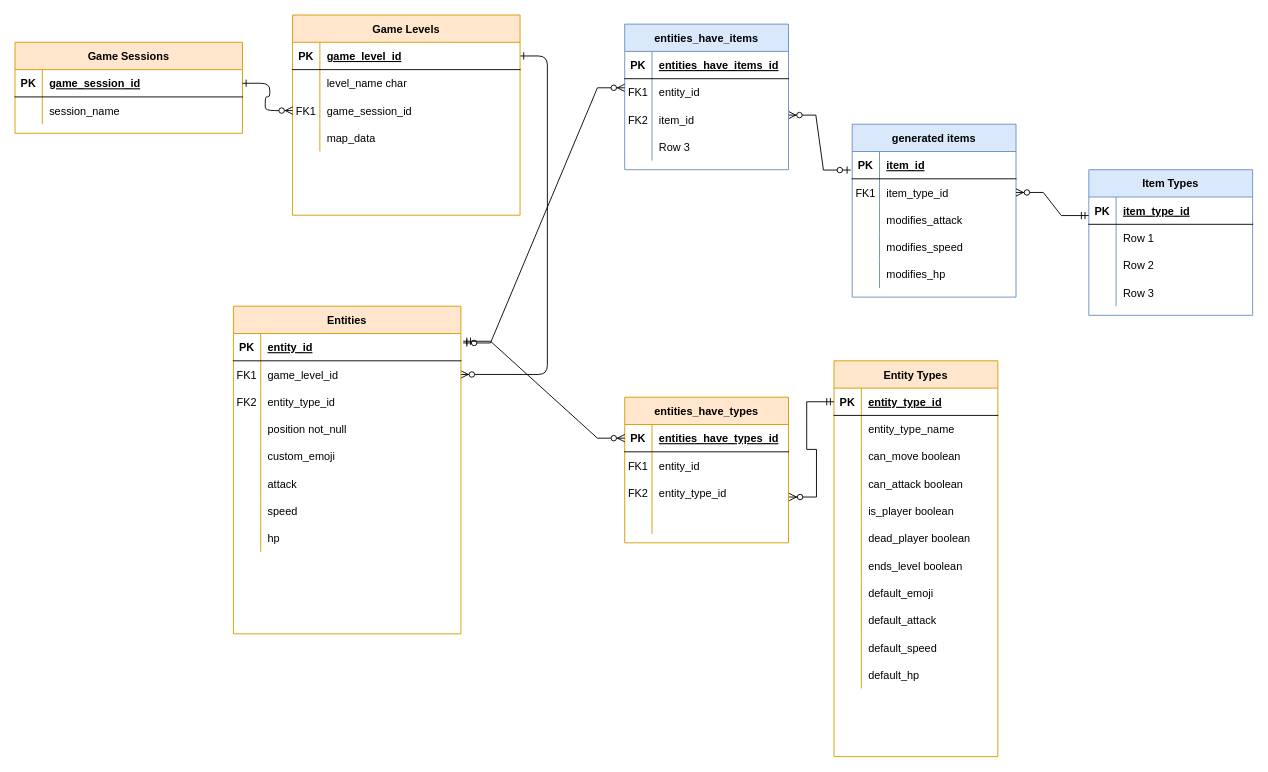
Before: ERD.drawio in circuitsunfish/phase-3-rogue-planning-documents, a draw.io diagram. Source tidied: cells renumbered, new cells numbered last; positions are measured from the earlier drawing's top-left corner, leaving out a move shared by most shapes. Both pictures are drawn from the tidied source at 91%, with x=0, y=0 at pixel (15, 15).
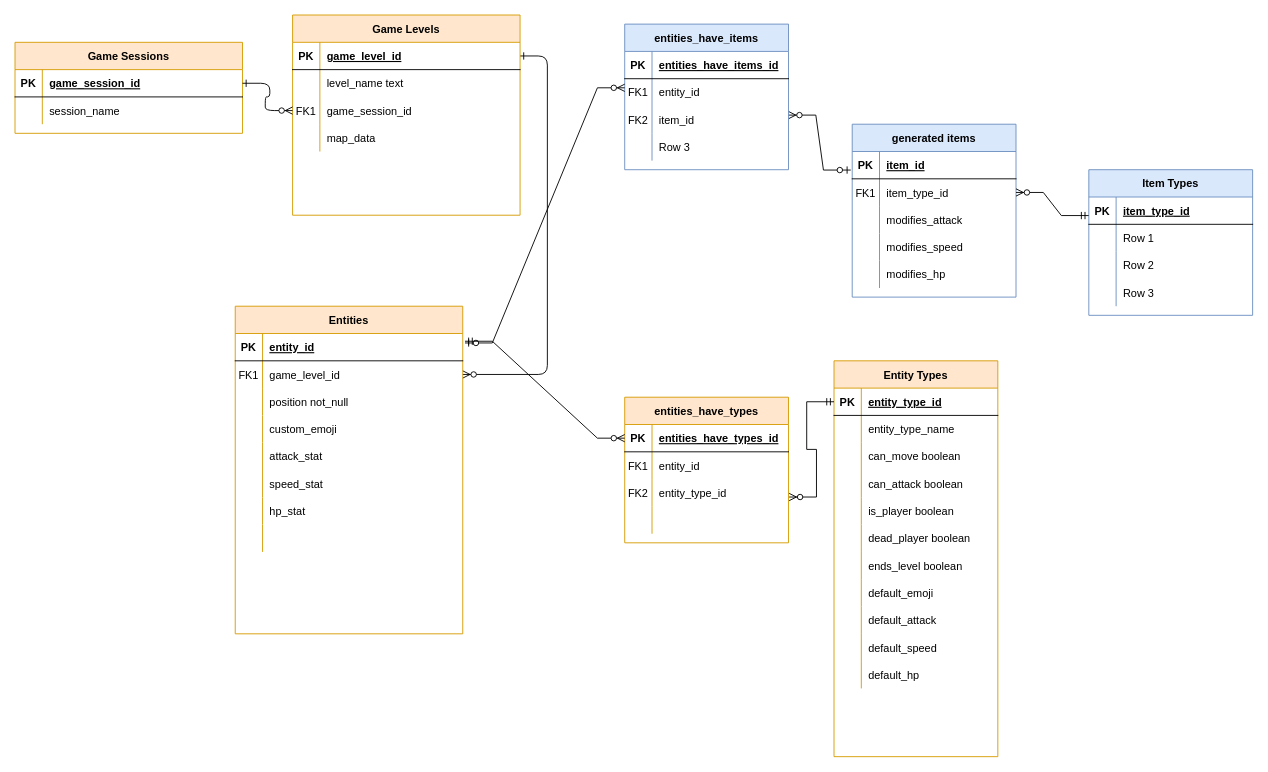
The same diagram, later.

The change refers to these unchanged cells:
```xml
<mxCell id="32" style="shape=partialRectangle;fillColor=none;top=0;left=0;right=0;bottom=0;" parent="28" vertex="1">
  <mxGeometry y="60" width="250" height="30" as="geometry" />
</mxCell>
```

Change to the diagram source:
```diff
@@
     <mxCell id="3" value="Entities" style="shape=table;startSize=30;childLayout=tableLayout;rowLines=0;fontStyle=1;align=center;fillColor=#ffe6cc;strokeColor=#d79b00;" parent="1" vertex="1">
-      <mxGeometry x="240" y="320" width="250" height="360" as="geometry" />
+      <mxGeometry x="242" y="320" width="250" height="360" as="geometry" />
     </mxCell>
@@
-    <mxCell id="10" style="shape=partialRectangle;fillColor=none;top=0;left=0;right=0;bottom=0;" parent="3" vertex="1">
-      <mxGeometry y="90" width="250" height="30" as="geometry" />
-    </mxCell>
-    <mxCell id="11" value="FK2" style="shape=partialRectangle;overflow=hidden;fillColor=none;top=0;left=0;bottom=0;right=0;" parent="10" vertex="1">
-      <mxGeometry width="30" height="30" as="geometry" />
-    </mxCell>
-    <mxCell id="12" value="entity_type_id" style="shape=partialRectangle;overflow=hidden;fillColor=none;top=0;left=0;bottom=0;right=0;align=left;spacingLeft=6;" parent="10" vertex="1">
-      <mxGeometry x="30" width="220" height="30" as="geometry" />
-    </mxCell>
     <mxCell id="13" style="shape=tableRow;horizontal=0;startSize=0;swimlaneHead=0;swimlaneBody=0;fillColor=none;top=0;left=0;right=0;bottom=0;" parent="3" vertex="1">
-      <mxGeometry y="120" width="250" height="30" as="geometry" />
+      <mxGeometry y="90" width="250" height="30" as="geometry" />
     </mxCell>
@@
     <mxCell id="16" style="shape=tableRow;horizontal=0;startSize=0;swimlaneHead=0;swimlaneBody=0;fillColor=none;top=0;left=0;right=0;bottom=0;" parent="3" vertex="1">
-      <mxGeometry y="150" width="250" height="30" as="geometry" />
+      <mxGeometry y="120" width="250" height="30" as="geometry" />
     </mxCell>
@@
     <mxCell id="19" style="shape=tableRow;horizontal=0;startSize=0;swimlaneHead=0;swimlaneBody=0;fillColor=none;top=0;left=0;right=0;bottom=0;" parent="3" vertex="1">
-      <mxGeometry y="180" width="250" height="30" as="geometry" />
+      <mxGeometry y="150" width="250" height="30" as="geometry" />
     </mxCell>
@@
-    <mxCell id="21" value="attack" style="shape=partialRectangle;fillColor=none;top=0;left=0;bottom=0;right=0;align=left;spacingLeft=6;overflow=hidden;" parent="19" vertex="1">
+    <mxCell id="21" value="attack_stat" style="shape=partialRectangle;fillColor=none;top=0;left=0;bottom=0;right=0;align=left;spacingLeft=6;overflow=hidden;" parent="19" vertex="1">
       <mxGeometry x="30" width="220" height="30" as="geometry" />
     </mxCell>
     <mxCell id="22" style="shape=tableRow;horizontal=0;startSize=0;swimlaneHead=0;swimlaneBody=0;fillColor=none;top=0;left=0;right=0;bottom=0;" parent="3" vertex="1">
-      <mxGeometry y="210" width="250" height="30" as="geometry" />
+      <mxGeometry y="180" width="250" height="30" as="geometry" />
     </mxCell>
@@
-    <mxCell id="24" value="speed" style="shape=partialRectangle;fillColor=none;top=0;left=0;bottom=0;right=0;align=left;spacingLeft=6;overflow=hidden;" parent="22" vertex="1">
+    <mxCell id="24" value="speed_stat" style="shape=partialRectangle;fillColor=none;top=0;left=0;bottom=0;right=0;align=left;spacingLeft=6;overflow=hidden;" parent="22" vertex="1">
       <mxGeometry x="30" width="220" height="30" as="geometry" />
     </mxCell>
     <mxCell id="25" style="shape=tableRow;horizontal=0;startSize=0;swimlaneHead=0;swimlaneBody=0;fillColor=none;top=0;left=0;right=0;bottom=0;" parent="3" vertex="1">
-      <mxGeometry y="240" width="250" height="30" as="geometry" />
+      <mxGeometry y="210" width="250" height="30" as="geometry" />
     </mxCell>
@@
-    <mxCell id="27" value="hp" style="shape=partialRectangle;fillColor=none;top=0;left=0;bottom=0;right=0;align=left;spacingLeft=6;overflow=hidden;" parent="25" vertex="1">
+    <mxCell id="27" value="hp_stat" style="shape=partialRectangle;fillColor=none;top=0;left=0;bottom=0;right=0;align=left;spacingLeft=6;overflow=hidden;" parent="25" vertex="1">
       <mxGeometry x="30" width="220" height="30" as="geometry" />
     </mxCell>
+    <mxCell id="10" style="shape=partialRectangle;fillColor=none;top=0;left=0;right=0;bottom=0;" parent="3" vertex="1">
+      <mxGeometry y="240" width="250" height="30" as="geometry" />
+    </mxCell>
+    <mxCell id="11" style="shape=partialRectangle;overflow=hidden;fillColor=none;top=0;left=0;bottom=0;right=0;" parent="10" vertex="1">
+      <mxGeometry width="30" height="30" as="geometry" />
+    </mxCell>
+    <mxCell id="12" style="shape=partialRectangle;overflow=hidden;fillColor=none;top=0;left=0;bottom=0;right=0;align=left;spacingLeft=6;" parent="10" vertex="1">
+      <mxGeometry x="30" width="220" height="30" as="geometry" />
+    </mxCell>
@@
-    <mxCell id="34" value="level_name char" style="shape=partialRectangle;overflow=hidden;fillColor=none;top=0;left=0;bottom=0;right=0;align=left;spacingLeft=6;" parent="32" vertex="1">
+    <mxCell id="34" value="level_name text" style="shape=partialRectangle;overflow=hidden;fillColor=none;top=0;left=0;bottom=0;right=0;align=left;spacingLeft=6;" parent="32" vertex="1">
       <mxGeometry x="30" width="220" height="30" as="geometry" />
     </mxCell>
```
